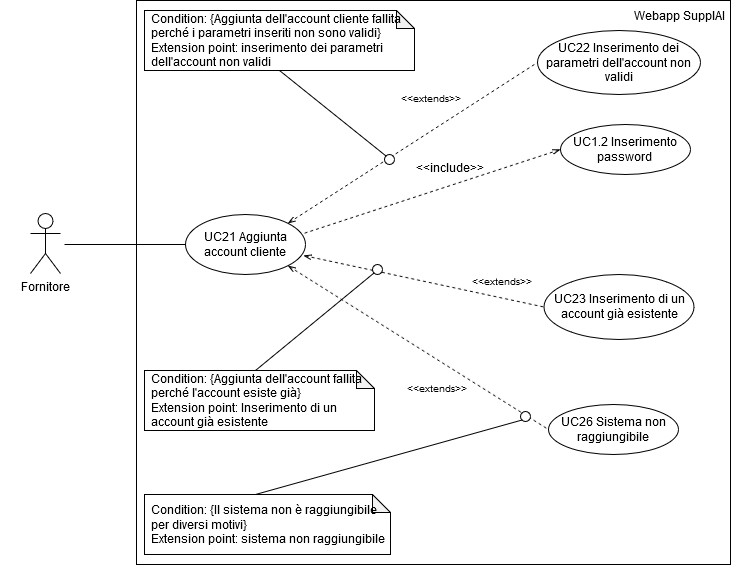
CodeHex16/documentazione keeps this draw.io diagram as 2 - RTB/imgs/aggiunta-account-cliente.png. Above is the earlier version. Source tidied: cells renumbered, new cells last; positions are measured from the earlier drawing's top-left corner, leaving out a move shared by most shapes.
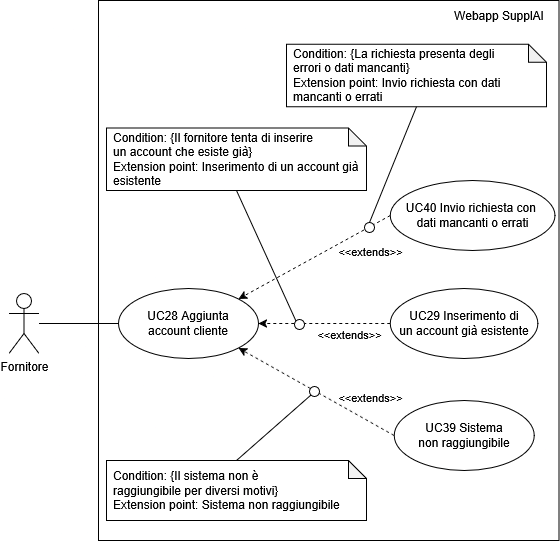
After the commit.

What changed in the source:
```diff
@@ -3,87 +3,79 @@
     <mxCell id="0" />
     <mxCell id="1" parent="0" />
     <mxCell id="2" style="rounded=0;whiteSpace=wrap;html=1;fillColor=none;align=right;" parent="1" vertex="1">
-      <mxGeometry x="136" width="594" height="564" as="geometry" />
+      <mxGeometry x="-2367.9" y="94" width="460.5" height="540" as="geometry" />
     </mxCell>
-    <mxCell id="3" value="Fornitore" style="shape=umlActor;verticalLabelPosition=bottom;verticalAlign=top;html=1;" parent="1" vertex="1">
-      <mxGeometry x="30" y="213" width="30" height="60" as="geometry" />
+    <mxCell id="3" value="Webapp SupplAI" style="text;html=1;align=center;verticalAlign=middle;whiteSpace=wrap;rounded=0;" parent="1" vertex="1">
+      <mxGeometry x="-2027.4" y="94" width="120" height="30" as="geometry" />
     </mxCell>
-    <mxCell id="4" style="rounded=0;jettySize=auto;html=1;exitX=1;exitY=1;exitDx=0;exitDy=0;entryX=0;entryY=0.5;entryDx=0;entryDy=0;endArrow=none;endFill=0;dashed=1;startArrow=openThin;startFill=0;" parent="1" edge="1" source="5" target="13">
-      <mxGeometry relative="1" as="geometry" />
+    <mxCell id="4" value="Fornitore" style="shape=umlActor;verticalLabelPosition=bottom;verticalAlign=top;html=1;outlineConnect=0;" parent="1" vertex="1">
+      <mxGeometry x="-2457.5" y="387" width="30" height="60" as="geometry" />
     </mxCell>
-    <mxCell id="5" value="UC21 Aggiunta account cliente" style="ellipse;whiteSpace=wrap;html=1;" parent="1" vertex="1">
-      <mxGeometry x="185" y="214" width="120" height="60" as="geometry" />
+    <mxCell id="5" value="&lt;div&gt;UC39 Sistema&lt;/div&gt;&lt;div&gt;non raggiungibile&lt;/div&gt;" style="ellipse;whiteSpace=wrap;html=1;" parent="1" vertex="1">
+      <mxGeometry x="-2072.4" y="494" width="140" height="70" as="geometry" />
     </mxCell>
-    <mxCell id="6" style="endArrow=none;html=1;rounded=0;entryX=0;entryY=0.5;entryDx=0;entryDy=0;exitX=1;exitY=0.5;exitDx=0;exitDy=0;" parent="1" edge="1" target="5">
-      <mxGeometry relative="1" as="geometry">
-        <mxPoint x="64" y="244" as="sourcePoint" />
-      </mxGeometry>
+    <mxCell id="6" value="&lt;div&gt;UC40 Invio richiesta con&amp;nbsp;&lt;/div&gt;&lt;div&gt;dati mancanti o errati&lt;/div&gt;" style="ellipse;whiteSpace=wrap;html=1;" parent="1" vertex="1">
+      <mxGeometry x="-2076.2" y="274" width="164.8" height="70" as="geometry" />
     </mxCell>
-    <mxCell id="7" value="UC22 Inserimento dei parametri dell'account non validi" style="ellipse;whiteSpace=wrap;html=1;" parent="1" vertex="1">
-      <mxGeometry x="537" y="30" width="163" height="64" as="geometry" />
+    <mxCell id="7" style="rounded=0;jettySize=auto;html=1;exitX=0;exitY=0.5;exitDx=0;exitDy=0;endArrow=none;startFill=0;" parent="1" edge="1" source="8" target="4">
+      <mxGeometry relative="1" as="geometry" />
     </mxCell>
-    <mxCell id="8" style="endArrow=none;html=1;rounded=0;exitX=0;exitY=0;exitDx=111;exitDy=0;exitPerimeter=0;entryX=0;entryY=1;entryDx=0;entryDy=0;" parent="1" edge="1" source="9" target="11">
-      <mxGeometry relative="1" as="geometry" />
+    <mxCell id="8" value="&lt;div&gt;UC28 Aggiunta&lt;/div&gt;&lt;div&gt;account cliente&lt;/div&gt;" style="ellipse;whiteSpace=wrap;html=1;" parent="1" vertex="1">
+      <mxGeometry x="-2348" y="382" width="140" height="70" as="geometry" />
     </mxCell>
-    <mxCell id="9" value="&lt;div align=&quot;left&quot; style=&quot;padding-left: 5px;&quot;&gt;Condition: {Il sistema non è raggiungibile&amp;nbsp;&lt;/div&gt;&lt;div align=&quot;left&quot; style=&quot;padding-left: 5px;&quot;&gt;per diversi motivi}&lt;/div&gt;&lt;div align=&quot;left&quot; style=&quot;padding-left: 5px;&quot;&gt;Extension point: sistema non raggiungibile&lt;br&gt;&lt;/div&gt;" style="shape=note;whiteSpace=wrap;html=1;backgroundOutline=1;darkOpacity=0.05;size=18;align=left;" parent="1" vertex="1">
-      <mxGeometry x="144" y="494" width="246" height="60" as="geometry" />
+    <mxCell id="9" style="rounded=0;jettySize=auto;html=1;entryX=1;entryY=0;entryDx=0;entryDy=0;dashed=1;exitX=0;exitY=0.5;exitDx=0;exitDy=0;" parent="1" edge="1" source="6" target="8">
+      <mxGeometry relative="1" as="geometry" />
     </mxCell>
-    <mxCell id="10" value="Webapp SupplAI" style="text;html=1;align=center;verticalAlign=middle;whiteSpace=wrap;rounded=0;" parent="1" vertex="1">
-      <mxGeometry x="624.5" width="109" height="30" as="geometry" />
+    <mxCell id="10" value="&amp;lt;&amp;lt;extends&amp;gt;&amp;gt;" style="edgeLabel;html=1;align=center;verticalAlign=middle;" parent="9" vertex="1">
+      <mxGeometry x="0.72" y="-4" relative="1" as="geometry">
+        <mxPoint x="112" y="-33" as="offset" />
+      </mxGeometry>
     </mxCell>
-    <mxCell id="11" style="ellipse;whiteSpace=wrap;html=1;" parent="1" vertex="1">
-      <mxGeometry x="520" y="411" width="10" height="10" as="geometry" />
+    <mxCell id="11" style="rounded=0;jettySize=auto;html=1;entryX=1;entryY=1;entryDx=0;entryDy=0;dashed=1;exitX=0;exitY=0.5;exitDx=0;exitDy=0;" parent="1" edge="1" source="5" target="8">
+      <mxGeometry relative="1" as="geometry" />
     </mxCell>
-    <mxCell id="12" style="rounded=0;whiteSpace=wrap;html=1;fillColor=none;strokeColor=none;" parent="1" vertex="1">
-      <mxGeometry y="229" width="10" height="45" as="geometry" />
+    <mxCell id="12" value="&amp;lt;&amp;lt;extends&amp;gt;&amp;gt;" style="edgeLabel;html=1;align=center;verticalAlign=middle;" parent="11" vertex="1">
+      <mxGeometry x="0.72" y="-4" relative="1" as="geometry">
+        <mxPoint x="108" y="40" as="offset" />
+      </mxGeometry>
     </mxCell>
-    <mxCell id="13" value="&lt;div&gt;UC26 Sistema non&lt;/div&gt;&lt;div&gt;raggiungibile&lt;br&gt;&lt;/div&gt;" style="ellipse;whiteSpace=wrap;html=1;" parent="1" vertex="1">
-      <mxGeometry x="548" y="404" width="130" height="50" as="geometry" />
+    <mxCell id="13" value="&lt;div align=&quot;left&quot; style=&quot;padding-left: 5px;&quot;&gt;Condition: {La richiesta presenta degli&lt;/div&gt;&lt;div align=&quot;left&quot; style=&quot;padding-left: 5px;&quot;&gt;errori o dati mancanti}&lt;/div&gt;&lt;div align=&quot;left&quot; style=&quot;padding-left: 5px;&quot;&gt;Extension point: Invio richiesta con dati&lt;/div&gt;&lt;div align=&quot;left&quot; style=&quot;padding-left: 5px;&quot;&gt;mancanti o errati&lt;/div&gt;" style="shape=note;whiteSpace=wrap;html=1;backgroundOutline=1;darkOpacity=0.05;size=18;align=left;" parent="1" vertex="1">
+      <mxGeometry x="-2180" y="137.8" width="260" height="62.5" as="geometry" />
     </mxCell>
-    <mxCell id="14" style="rounded=0;jettySize=auto;html=1;exitX=1;exitY=0;exitDx=0;exitDy=0;entryX=0;entryY=0.5;entryDx=0;entryDy=0;endArrow=none;endFill=0;dashed=1;startArrow=openThin;startFill=0;" parent="1" edge="1" source="5" target="7">
+    <mxCell id="14" style="rounded=0;jettySize=auto;html=1;endArrow=none;endFill=0;endSize=20;startFill=0;exitX=0.5;exitY=1;exitDx=0;exitDy=0;exitPerimeter=0;entryX=0.5;entryY=0;entryDx=0;entryDy=0;" parent="1" edge="1" source="13" target="15">
       <mxGeometry relative="1" as="geometry" />
     </mxCell>
-    <mxCell id="15" value="&lt;font style=&quot;font-size: 10px;&quot;&gt;&amp;lt;&amp;lt;extends&amp;gt;&amp;gt;&lt;/font&gt;" style="text;html=1;whiteSpace=wrap;overflow=hidden;rounded=0;" parent="1" vertex="1">
-      <mxGeometry x="405" y="374" width="80" height="20" as="geometry" />
+    <mxCell id="15" style="ellipse;whiteSpace=wrap;html=1;" parent="1" vertex="1">
+      <mxGeometry x="-2102" y="316" width="10" height="10" as="geometry" />
     </mxCell>
-    <mxCell id="16" value="&lt;div align=&quot;left&quot; style=&quot;padding-left: 5px;&quot;&gt;Condition: {Aggiunta dell'account cliente fallita perché i parametri inseriti non sono validi}&lt;br&gt;&lt;/div&gt;&lt;div align=&quot;left&quot; style=&quot;padding-left: 5px;&quot;&gt;Extension point: inserimento dei parametri dell'account non validi&lt;br&gt;&lt;/div&gt;" style="shape=note;whiteSpace=wrap;html=1;backgroundOutline=1;darkOpacity=0.05;size=18;align=left;" parent="1" vertex="1">
-      <mxGeometry x="144" y="10" width="270" height="60" as="geometry" />
+    <mxCell id="16" value="&lt;div align=&quot;left&quot; style=&quot;padding-left: 5px;&quot;&gt;Condition: {Il sistema non è&lt;br&gt;raggiungibile per diversi motivi}&lt;/div&gt;&lt;div align=&quot;left&quot; style=&quot;padding-left: 5px;&quot;&gt;Extension point: Sistema non raggiungibile&lt;/div&gt;" style="shape=note;whiteSpace=wrap;html=1;backgroundOutline=1;darkOpacity=0.05;size=18;align=left;" parent="1" vertex="1">
+      <mxGeometry x="-2360" y="554" width="260" height="60" as="geometry" />
     </mxCell>
-    <mxCell id="17" style="ellipse;whiteSpace=wrap;html=1;" parent="1" vertex="1">
-      <mxGeometry x="384" y="154" width="10" height="10" as="geometry" />
+    <mxCell id="17" style="rounded=0;jettySize=auto;html=1;endArrow=none;endFill=0;endSize=20;startFill=0;exitX=0.5;exitY=0;exitDx=0;exitDy=0;exitPerimeter=0;entryX=0;entryY=1;entryDx=0;entryDy=0;" parent="1" edge="1" source="16" target="18">
+      <mxGeometry relative="1" as="geometry" />
     </mxCell>
-    <mxCell id="18" style="endArrow=none;html=1;rounded=0;exitX=0.5;exitY=1;exitDx=0;exitDy=0;exitPerimeter=0;entryX=0;entryY=0;entryDx=0;entryDy=0;" parent="1" edge="1" source="16" target="17">
-      <mxGeometry relative="1" as="geometry" />
+    <mxCell id="18" style="ellipse;whiteSpace=wrap;html=1;" parent="1" vertex="1">
+      <mxGeometry x="-2157" y="480" width="10" height="10" as="geometry" />
     </mxCell>
-    <mxCell id="19" value="&lt;font style=&quot;font-size: 10px;&quot;&gt;&amp;lt;&amp;lt;extends&amp;gt;&amp;gt;&lt;/font&gt;" style="text;html=1;whiteSpace=wrap;overflow=hidden;rounded=0;" parent="1" vertex="1">
-      <mxGeometry x="398.5" y="84" width="71" height="30" as="geometry" />
+    <mxCell id="19" style="rounded=0;jettySize=auto;html=1;entryX=1;entryY=0.5;entryDx=0;entryDy=0;exitX=0;exitY=0.5;exitDx=0;exitDy=0;dashed=1;" parent="1" edge="1" source="21" target="8">
+      <mxGeometry relative="1" as="geometry" />
     </mxCell>
-    <mxCell id="20" value="&lt;div&gt;UC1.2 Inserimento&lt;/div&gt;&lt;div&gt;password&lt;br&gt;&lt;/div&gt;" style="ellipse;whiteSpace=wrap;html=1;" parent="1" vertex="1">
-      <mxGeometry x="560" y="124" width="130" height="50" as="geometry" />
+    <mxCell id="20" value="&amp;lt;&amp;lt;extends&amp;gt;&amp;gt;" style="edgeLabel;html=1;align=center;verticalAlign=middle;points=[];" parent="19" vertex="1">
+      <mxGeometry x="-0.29" y="2" relative="1" as="geometry">
+        <mxPoint x="6" y="8" as="offset" />
+      </mxGeometry>
     </mxCell>
-    <mxCell id="21" value="UC23 Inserimento di un account già esistente" style="ellipse;whiteSpace=wrap;html=1;" parent="1" vertex="1">
-      <mxGeometry x="543.5" y="274" width="150" height="65" as="geometry" />
+    <mxCell id="21" value="&lt;div&gt;UC29 Inserimento di&lt;/div&gt;&lt;div&gt;un account già esistente&lt;/div&gt;" style="ellipse;whiteSpace=wrap;html=1;" parent="1" vertex="1">
+      <mxGeometry x="-2076.2" y="382" width="147.6" height="70" as="geometry" />
     </mxCell>
-    <mxCell id="22" style="rounded=0;jettySize=auto;html=1;entryX=0;entryY=0.5;entryDx=0;entryDy=0;endArrow=none;endFill=0;dashed=1;startArrow=openThin;startFill=0;exitX=0.983;exitY=0.683;exitDx=0;exitDy=0;exitPerimeter=0;" parent="1" edge="1" source="5" target="21">
-      <mxGeometry relative="1" as="geometry" />
+    <mxCell id="22" style="ellipse;whiteSpace=wrap;html=1;" parent="1" vertex="1">
+      <mxGeometry x="-2172" y="413" width="10" height="10" as="geometry" />
     </mxCell>
-    <mxCell id="23" style="rounded=0;jettySize=auto;html=1;entryX=0.983;entryY=0.317;entryDx=0;entryDy=0;entryPerimeter=0;dashed=1;endArrow=none;endFill=0;startArrow=openThin;startFill=0;exitX=0;exitY=0.5;exitDx=0;exitDy=0;" parent="1" edge="1" source="20" target="5">
+    <mxCell id="23" style="rounded=0;jettySize=auto;html=1;endArrow=none;endFill=0;endSize=20;startFill=0;exitX=0.5;exitY=1;exitDx=0;exitDy=0;exitPerimeter=0;entryX=0;entryY=0;entryDx=0;entryDy=0;" parent="1" edge="1" source="24" target="22">
       <mxGeometry relative="1" as="geometry" />
     </mxCell>
-    <mxCell id="24" value="&lt;font style=&quot;font-size: 10px;&quot;&gt;&amp;lt;&amp;lt;extends&amp;gt;&amp;gt;&lt;/font&gt;" style="text;html=1;whiteSpace=wrap;overflow=hidden;rounded=0;" parent="1" vertex="1">
-      <mxGeometry x="470" y="267" width="71" height="30" as="geometry" />
+    <mxCell id="24" value="&lt;div align=&quot;left&quot; style=&quot;padding-left: 5px;&quot;&gt;Condition: {Il fornitore tenta di inserire&lt;/div&gt;&lt;div align=&quot;left&quot; style=&quot;padding-left: 5px;&quot;&gt;un account che esiste già}&lt;/div&gt;&lt;div align=&quot;left&quot; style=&quot;padding-left: 5px;&quot;&gt;Extension point: Inserimento di un account già esistente&lt;/div&gt;" style="shape=note;whiteSpace=wrap;html=1;backgroundOutline=1;darkOpacity=0.05;size=18;align=left;" parent="1" vertex="1">
+      <mxGeometry x="-2360" y="221.5" width="260" height="62.5" as="geometry" />
     </mxCell>
-    <mxCell id="25" value="&amp;lt;&amp;lt;include&amp;gt;&amp;gt;" style="text;html=1;whiteSpace=wrap;overflow=hidden;rounded=0;" parent="1" vertex="1">
-      <mxGeometry x="414" y="154" width="71" height="30" as="geometry" />
-    </mxCell>
-    <mxCell id="26" style="endArrow=none;html=1;rounded=0;exitX=0;exitY=0;exitDx=111;exitDy=0;exitPerimeter=0;entryX=0;entryY=1;entryDx=0;entryDy=0;" parent="1" edge="1" source="28" target="27">
-      <mxGeometry relative="1" as="geometry" />
-    </mxCell>
-    <mxCell id="27" style="ellipse;whiteSpace=wrap;html=1;" parent="1" vertex="1">
-      <mxGeometry x="372" y="264" width="10" height="10" as="geometry" />
-    </mxCell>
-    <mxCell id="28" value="&lt;div align=&quot;left&quot; style=&quot;padding-left: 5px;&quot;&gt;Condition: {Aggiunta dell'account fallita perché l'account esiste già}&lt;/div&gt;&lt;div align=&quot;left&quot; style=&quot;padding-left: 5px;&quot;&gt;Extension point: Inserimento di un account già esistente&lt;br&gt;&lt;/div&gt;" style="shape=note;whiteSpace=wrap;html=1;backgroundOutline=1;darkOpacity=0.05;size=18;align=left;" parent="1" vertex="1">
-      <mxGeometry x="144" y="370" width="230" height="60" as="geometry" />
-    </mxCell>
   </root>
 </mxGraphModel>
```
